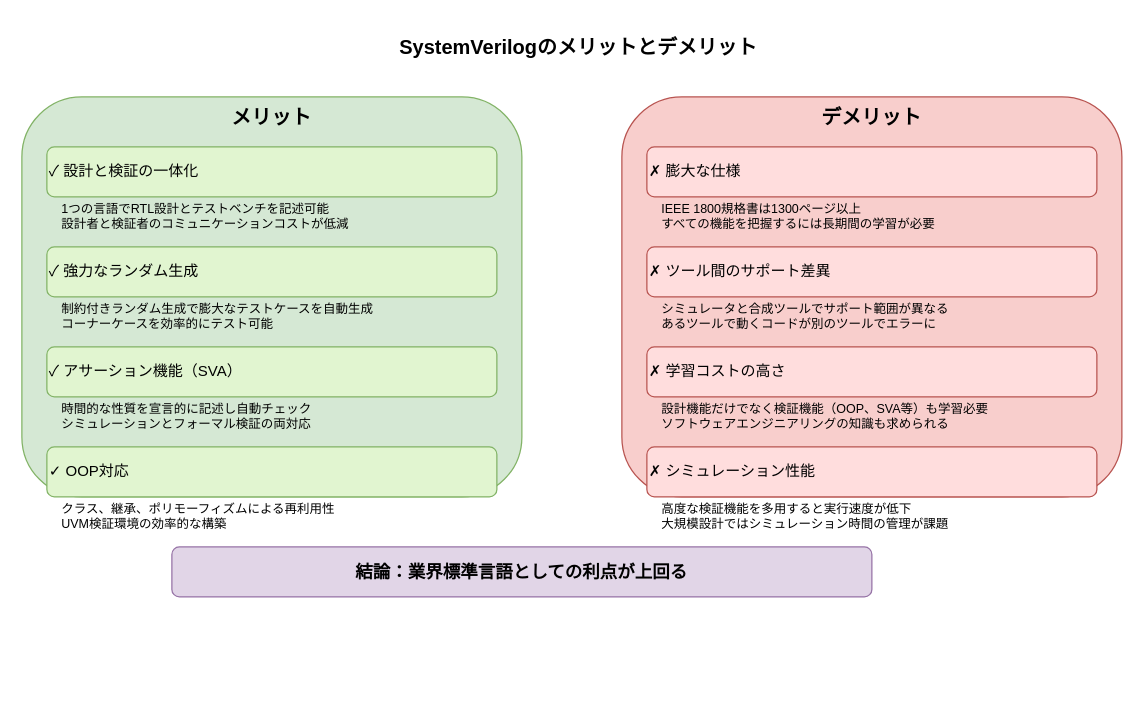
Above: images/systemverilog-guidebook/ch01_merit_demerit.drawio in aquaxis/webdoc (draw.io), before the change. Source tidied: cells renumbered, new cells numbered last; positions are measured from the earlier drawing's top-left corner, leaving out a move shared by most shapes. Both pictures are drawn from the tidied source at 125%, with x=0, y=0 at pixel (21, 21).
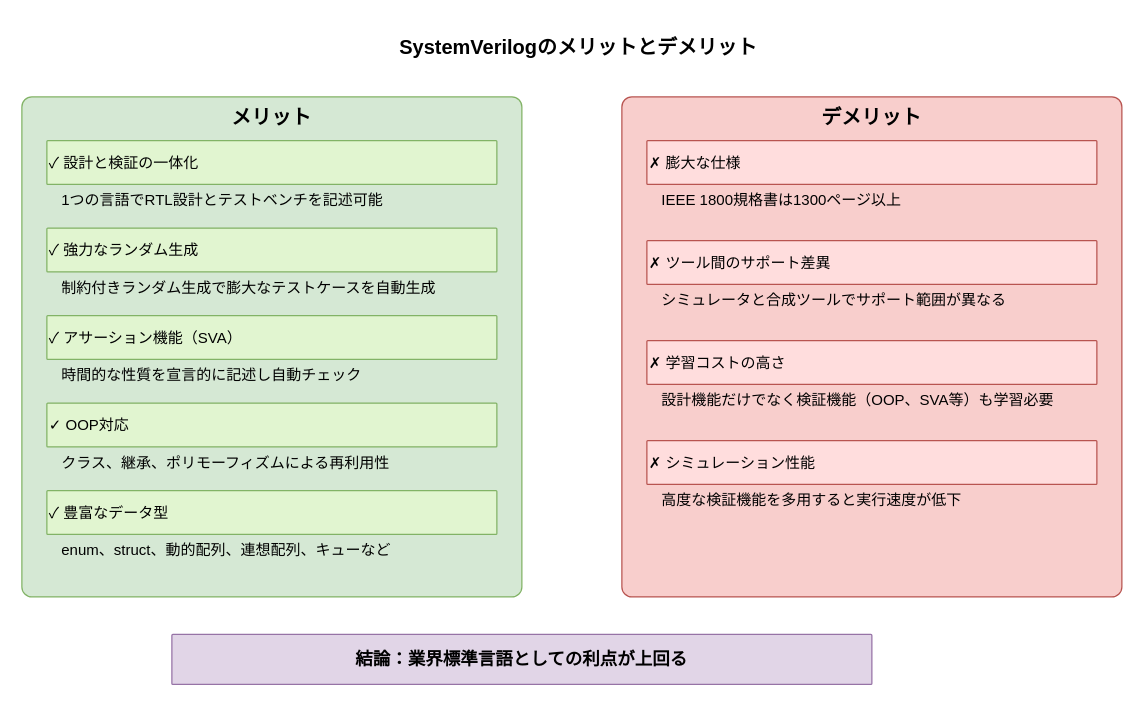
After the change.

The edit, as a diff of the source:
```diff
@@
-    <mxCell id="3" value="&lt;b&gt;メリット&lt;/b&gt;" style="rounded=1;whiteSpace=wrap;html=1;fillColor=#d5e8d4;strokeColor=#82b366;fontSize=16;verticalAlign=top;fontStyle=1;" parent="1" vertex="1">
-      <mxGeometry y="60" width="400" height="320" as="geometry" />
+    <mxCell id="3" value="&lt;b&gt;メリット&lt;/b&gt;" style="rounded=1;whiteSpace=wrap;html=1;fillColor=#d5e8d4;strokeColor=#82b366;fontSize=16;verticalAlign=top;fontStyle=1;arcSize=2;" parent="1" vertex="1">
+      <mxGeometry y="60" width="400" height="400" as="geometry" />
     </mxCell>
-    <mxCell id="4" value="&lt;b&gt;デメリット&lt;/b&gt;" style="rounded=1;whiteSpace=wrap;html=1;fillColor=#f8cecc;strokeColor=#b85450;fontSize=16;verticalAlign=top;fontStyle=1;" parent="1" vertex="1">
-      <mxGeometry x="480" y="60" width="400" height="320" as="geometry" />
+    <mxCell id="4" value="&lt;b&gt;デメリット&lt;/b&gt;" style="rounded=1;whiteSpace=wrap;html=1;fillColor=#f8cecc;strokeColor=#b85450;fontSize=16;verticalAlign=top;fontStyle=1;arcSize=2;" parent="1" vertex="1">
+      <mxGeometry x="480" y="60" width="400" height="400" as="geometry" />
     </mxCell>
-    <mxCell id="5" value="✓ 設計と検証の一体化" style="rounded=1;whiteSpace=wrap;html=1;fillColor=#e1f5d0;strokeColor=#82b366;fontSize=12;align=left;verticalAlign=middle;" parent="1" vertex="1">
-      <mxGeometry x="20" y="100" width="360" height="40" as="geometry" />
+    <mxCell id="5" value="✓ 設計と検証の一体化" style="rounded=1;whiteSpace=wrap;html=1;fillColor=#e1f5d0;strokeColor=#82b366;fontSize=12;align=left;verticalAlign=middle;arcSize=2;" parent="1" vertex="1">
+      <mxGeometry x="20" y="95" width="360" height="35" as="geometry" />
     </mxCell>
-    <mxCell id="6" value="1つの言語でRTL設計とテストベンチを記述可能&lt;br&gt;設計者と検証者のコミュニケーションコストが低減" style="text;html=1;align=left;verticalAlign=middle;strokeColor=none;fillColor=none;fontSize=10;" parent="1" vertex="1">
-      <mxGeometry x="30" y="140" width="340" height="30" as="geometry" />
+    <mxCell id="6" value="1つの言語でRTL設計とテストベンチを記述可能" style="text;html=1;align=left;verticalAlign=middle;strokeColor=none;fillColor=none;fontSize=12;" parent="1" vertex="1">
+      <mxGeometry x="30" y="130" width="340" height="25" as="geometry" />
     </mxCell>
-    <mxCell id="7" value="✓ 強力なランダム生成" style="rounded=1;whiteSpace=wrap;html=1;fillColor=#e1f5d0;strokeColor=#82b366;fontSize=12;align=left;verticalAlign=middle;" parent="1" vertex="1">
-      <mxGeometry x="20" y="180" width="360" height="40" as="geometry" />
+    <mxCell id="7" value="✓ 強力なランダム生成" style="rounded=1;whiteSpace=wrap;html=1;fillColor=#e1f5d0;strokeColor=#82b366;fontSize=12;align=left;verticalAlign=middle;arcSize=2;" parent="1" vertex="1">
+      <mxGeometry x="20" y="165" width="360" height="35" as="geometry" />
     </mxCell>
-    <mxCell id="8" value="制約付きランダム生成で膨大なテストケースを自動生成&lt;br&gt;コーナーケースを効率的にテスト可能" style="text;html=1;align=left;verticalAlign=middle;strokeColor=none;fillColor=none;fontSize=10;" parent="1" vertex="1">
-      <mxGeometry x="30" y="220" width="340" height="30" as="geometry" />
+    <mxCell id="8" value="制約付きランダム生成で膨大なテストケースを自動生成" style="text;html=1;align=left;verticalAlign=middle;strokeColor=none;fillColor=none;fontSize=12;" parent="1" vertex="1">
+      <mxGeometry x="30" y="200" width="340" height="25" as="geometry" />
     </mxCell>
-    <mxCell id="9" value="✓ アサーション機能（SVA）" style="rounded=1;whiteSpace=wrap;html=1;fillColor=#e1f5d0;strokeColor=#82b366;fontSize=12;align=left;verticalAlign=middle;" parent="1" vertex="1">
-      <mxGeometry x="20" y="260" width="360" height="40" as="geometry" />
+    <mxCell id="9" value="✓ アサーション機能（SVA）" style="rounded=1;whiteSpace=wrap;html=1;fillColor=#e1f5d0;strokeColor=#82b366;fontSize=12;align=left;verticalAlign=middle;arcSize=2;" parent="1" vertex="1">
+      <mxGeometry x="20" y="235" width="360" height="35" as="geometry" />
     </mxCell>
-    <mxCell id="10" value="時間的な性質を宣言的に記述し自動チェック&lt;br&gt;シミュレーションとフォーマル検証の両対応" style="text;html=1;align=left;verticalAlign=middle;strokeColor=none;fillColor=none;fontSize=10;" parent="1" vertex="1">
-      <mxGeometry x="30" y="300" width="340" height="30" as="geometry" />
+    <mxCell id="10" value="時間的な性質を宣言的に記述し自動チェック" style="text;html=1;align=left;verticalAlign=middle;strokeColor=none;fillColor=none;fontSize=12;" parent="1" vertex="1">
+      <mxGeometry x="30" y="270" width="340" height="25" as="geometry" />
     </mxCell>
-    <mxCell id="11" value="✓ OOP対応" style="rounded=1;whiteSpace=wrap;html=1;fillColor=#e1f5d0;strokeColor=#82b366;fontSize=12;align=left;verticalAlign=middle;" parent="1" vertex="1">
-      <mxGeometry x="20" y="340" width="360" height="40" as="geometry" />
+    <mxCell id="11" value="✓ OOP対応" style="rounded=1;whiteSpace=wrap;html=1;fillColor=#e1f5d0;strokeColor=#82b366;fontSize=12;align=left;verticalAlign=middle;arcSize=2;" parent="1" vertex="1">
+      <mxGeometry x="20" y="305" width="360" height="35" as="geometry" />
     </mxCell>
-    <mxCell id="12" value="クラス、継承、ポリモーフィズムによる再利用性&lt;br&gt;UVM検証環境の効率的な構築" style="text;html=1;align=left;verticalAlign=middle;strokeColor=none;fillColor=none;fontSize=10;" parent="1" vertex="1">
-      <mxGeometry x="30" y="380" width="340" height="30" as="geometry" />
+    <mxCell id="12" value="クラス、継承、ポリモーフィズムによる再利用性" style="text;html=1;align=left;verticalAlign=middle;strokeColor=none;fillColor=none;fontSize=12;" parent="1" vertex="1">
+      <mxGeometry x="30" y="340" width="340" height="25" as="geometry" />
     </mxCell>
+    <mxCell id="22" value="✓ 豊富なデータ型" style="rounded=1;whiteSpace=wrap;html=1;fillColor=#e1f5d0;strokeColor=#82b366;fontSize=12;align=left;verticalAlign=middle;arcSize=2;" parent="1" vertex="1">
+      <mxGeometry x="20" y="375" width="360" height="35" as="geometry" />
+    </mxCell>
+    <mxCell id="23" value="enum、struct、動的配列、連想配列、キューなど" style="text;html=1;align=left;verticalAlign=middle;strokeColor=none;fillColor=none;fontSize=12;" parent="1" vertex="1">
+      <mxGeometry x="30" y="410" width="340" height="25" as="geometry" />
+    </mxCell>
-    <mxCell id="13" value="✗ 膨大な仕様" style="rounded=1;whiteSpace=wrap;html=1;fillColor=#ffdddd;strokeColor=#b85450;fontSize=12;align=left;verticalAlign=middle;" parent="1" vertex="1">
-      <mxGeometry x="500" y="100" width="360" height="40" as="geometry" />
+    <mxCell id="13" value="✗ 膨大な仕様" style="rounded=1;whiteSpace=wrap;html=1;fillColor=#ffdddd;strokeColor=#b85450;fontSize=12;align=left;verticalAlign=middle;arcSize=2;" parent="1" vertex="1">
+      <mxGeometry x="500" y="95" width="360" height="35" as="geometry" />
     </mxCell>
-    <mxCell id="14" value="IEEE 1800規格書は1300ページ以上&lt;br&gt;すべての機能を把握するには長期間の学習が必要" style="text;html=1;align=left;verticalAlign=middle;strokeColor=none;fillColor=none;fontSize=10;" parent="1" vertex="1">
-      <mxGeometry x="510" y="140" width="340" height="30" as="geometry" />
+    <mxCell id="14" value="IEEE 1800規格書は1300ページ以上" style="text;html=1;align=left;verticalAlign=middle;strokeColor=none;fillColor=none;fontSize=12;" parent="1" vertex="1">
+      <mxGeometry x="510" y="130" width="340" height="25" as="geometry" />
     </mxCell>
-    <mxCell id="15" value="✗ ツール間のサポート差異" style="rounded=1;whiteSpace=wrap;html=1;fillColor=#ffdddd;strokeColor=#b85450;fontSize=12;align=left;verticalAlign=middle;" parent="1" vertex="1">
-      <mxGeometry x="500" y="180" width="360" height="40" as="geometry" />
+    <mxCell id="15" value="✗ ツール間のサポート差異" style="rounded=1;whiteSpace=wrap;html=1;fillColor=#ffdddd;strokeColor=#b85450;fontSize=12;align=left;verticalAlign=middle;arcSize=2;" parent="1" vertex="1">
+      <mxGeometry x="500" y="175" width="360" height="35" as="geometry" />
     </mxCell>
-    <mxCell id="16" value="シミュレータと合成ツールでサポート範囲が異なる&lt;br&gt;あるツールで動くコードが別のツールでエラーに" style="text;html=1;align=left;verticalAlign=middle;strokeColor=none;fillColor=none;fontSize=10;" parent="1" vertex="1">
-      <mxGeometry x="510" y="220" width="340" height="30" as="geometry" />
+    <mxCell id="16" value="シミュレータと合成ツールでサポート範囲が異なる" style="text;html=1;align=left;verticalAlign=middle;strokeColor=none;fillColor=none;fontSize=12;" parent="1" vertex="1">
+      <mxGeometry x="510" y="210" width="340" height="25" as="geometry" />
     </mxCell>
-    <mxCell id="17" value="✗ 学習コストの高さ" style="rounded=1;whiteSpace=wrap;html=1;fillColor=#ffdddd;strokeColor=#b85450;fontSize=12;align=left;verticalAlign=middle;" parent="1" vertex="1">
-      <mxGeometry x="500" y="260" width="360" height="40" as="geometry" />
+    <mxCell id="17" value="✗ 学習コストの高さ" style="rounded=1;whiteSpace=wrap;html=1;fillColor=#ffdddd;strokeColor=#b85450;fontSize=12;align=left;verticalAlign=middle;arcSize=2;" parent="1" vertex="1">
+      <mxGeometry x="500" y="255" width="360" height="35" as="geometry" />
     </mxCell>
-    <mxCell id="18" value="設計機能だけでなく検証機能（OOP、SVA等）も学習必要&lt;br&gt;ソフトウェアエンジニアリングの知識も求められる" style="text;html=1;align=left;verticalAlign=middle;strokeColor=none;fillColor=none;fontSize=10;" parent="1" vertex="1">
-      <mxGeometry x="510" y="300" width="340" height="30" as="geometry" />
+    <mxCell id="18" value="設計機能だけでなく検証機能（OOP、SVA等）も学習必要" style="text;html=1;align=left;verticalAlign=middle;strokeColor=none;fillColor=none;fontSize=12;" parent="1" vertex="1">
+      <mxGeometry x="510" y="290" width="340" height="25" as="geometry" />
     </mxCell>
-    <mxCell id="19" value="✗ シミュレーション性能" style="rounded=1;whiteSpace=wrap;html=1;fillColor=#ffdddd;strokeColor=#b85450;fontSize=12;align=left;verticalAlign=middle;" parent="1" vertex="1">
-      <mxGeometry x="500" y="340" width="360" height="40" as="geometry" />
+    <mxCell id="19" value="✗ シミュレーション性能" style="rounded=1;whiteSpace=wrap;html=1;fillColor=#ffdddd;strokeColor=#b85450;fontSize=12;align=left;verticalAlign=middle;arcSize=2;" parent="1" vertex="1">
+      <mxGeometry x="500" y="335" width="360" height="35" as="geometry" />
     </mxCell>
-    <mxCell id="20" value="高度な検証機能を多用すると実行速度が低下&lt;br&gt;大規模設計ではシミュレーション時間の管理が課題" style="text;html=1;align=left;verticalAlign=middle;strokeColor=none;fillColor=none;fontSize=10;" parent="1" vertex="1">
-      <mxGeometry x="510" y="380" width="340" height="30" as="geometry" />
+    <mxCell id="20" value="高度な検証機能を多用すると実行速度が低下" style="text;html=1;align=left;verticalAlign=middle;strokeColor=none;fillColor=none;fontSize=12;" parent="1" vertex="1">
+      <mxGeometry x="510" y="370" width="340" height="25" as="geometry" />
     </mxCell>
-    <mxCell id="21" value="&lt;b&gt;結論：業界標準言語としての利点が上回る&lt;/b&gt;" style="rounded=1;whiteSpace=wrap;html=1;fillColor=#e1d5e7;strokeColor=#9673a6;fontSize=14;fontStyle=1;" parent="1" vertex="1">
-      <mxGeometry x="120" y="420" width="560" height="40" as="geometry" />
+    <mxCell id="21" value="&lt;b&gt;結論：業界標準言語としての利点が上回る&lt;/b&gt;" style="rounded=1;whiteSpace=wrap;html=1;fillColor=#e1d5e7;strokeColor=#9673a6;fontSize=14;fontStyle=1;arcSize=2;" parent="1" vertex="1">
+      <mxGeometry x="120" y="490" width="560" height="40" as="geometry" />
     </mxCell>
```
